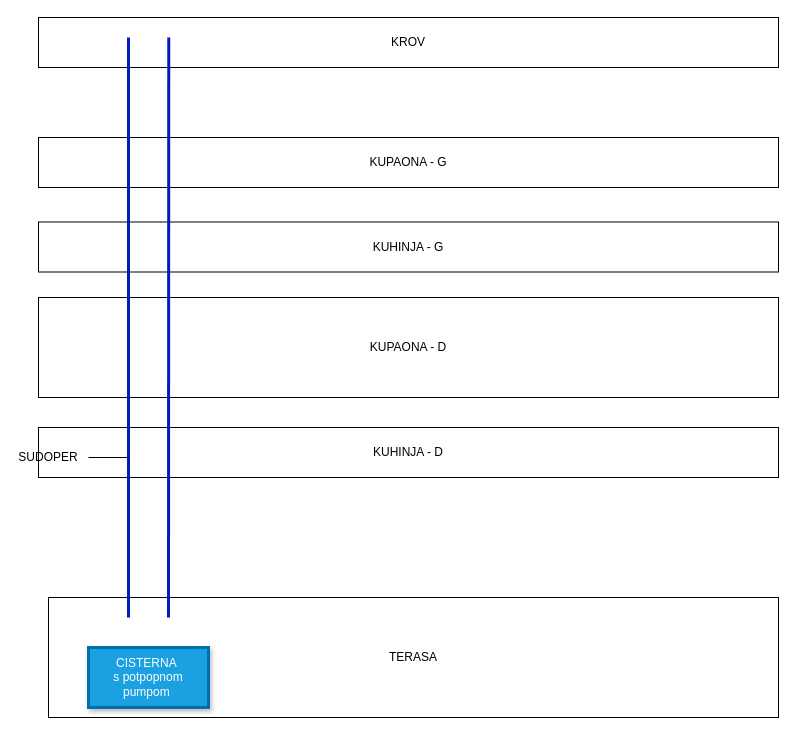
RankoSimic/mix keeps this draw.io diagram as Untitled Diagram.drawio. Above is the earlier version. Source tidied: cells renumbered, new cells numbered last; positions are measured from the earlier drawing's top-left corner, leaving out a move shared by most shapes. Both pictures are drawn from the tidied source at 100%, with x=0, y=0 at pixel (18, 17).
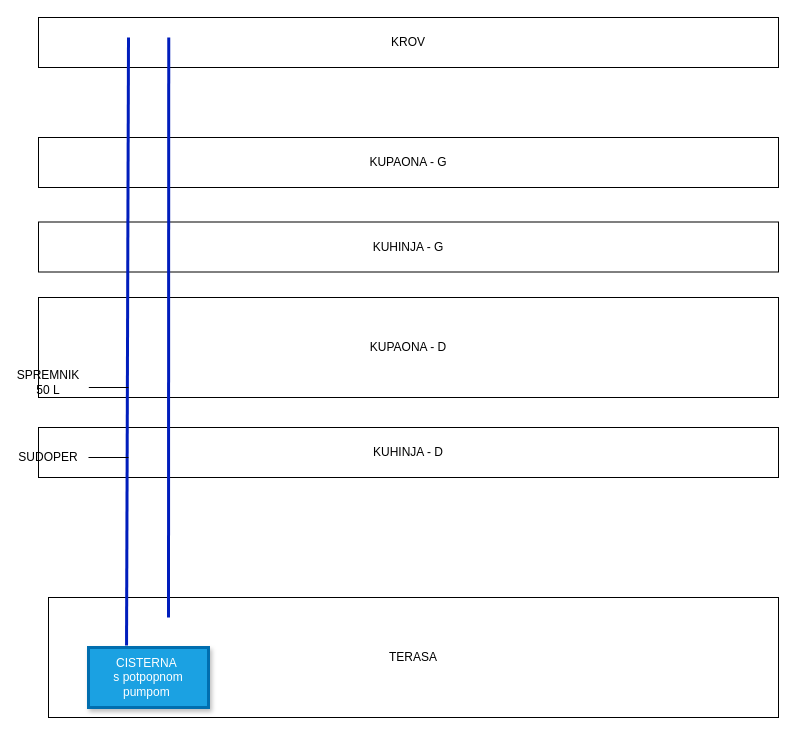
Above is the later version.

Diff of the diagram source:
```diff
@@
 <mxGraphModel>
   <root>
     <mxCell id="0" />
     <mxCell id="1" parent="0" />
     <mxCell id="2" value="KROV" style="rounded=0;whiteSpace=wrap;html=1;" parent="1" vertex="1">
       <mxGeometry x="20" width="740" height="50" as="geometry" />
     </mxCell>
     <mxCell id="3" value="KUPAONA - G" style="rounded=0;whiteSpace=wrap;html=1;" parent="1" vertex="1">
       <mxGeometry x="20" y="120" width="740" height="50" as="geometry" />
     </mxCell>
     <mxCell id="4" value="KUHINJA - G" style="rounded=0;whiteSpace=wrap;html=1;" parent="1" vertex="1">
       <mxGeometry x="20" y="204.5" width="740" height="50" as="geometry" />
     </mxCell>
     <mxCell id="5" value="KUPAONA - D" style="rounded=0;whiteSpace=wrap;html=1;" parent="1" vertex="1">
       <mxGeometry x="20" y="280" width="740" height="100" as="geometry" />
     </mxCell>
     <mxCell id="6" value="KUHINJA - D" style="rounded=0;whiteSpace=wrap;html=1;" parent="1" vertex="1">
       <mxGeometry x="20" y="410" width="740" height="50" as="geometry" />
     </mxCell>
     <mxCell id="7" value="TERASA" style="rounded=0;whiteSpace=wrap;html=1;" parent="1" vertex="1">
       <mxGeometry x="30" y="580" width="730" height="120" as="geometry" />
     </mxCell>
-    <mxCell id="8" style="endArrow=none;html=1;rounded=0;strokeWidth=3;fillColor=#0050ef;strokeColor=#001DBC;" parent="1" edge="1">
+    <mxCell id="8" style="endArrow=none;html=1;rounded=0;strokeWidth=3;fillColor=#0050ef;strokeColor=#001DBC;exitX=0.317;exitY=-0.033;exitDx=0;exitDy=0;exitPerimeter=0;" parent="1" edge="1" source="9">
       <mxGeometry relative="1" as="geometry">
-        <mxPoint x="110" y="600" as="sourcePoint" />
         <mxPoint x="110" y="20" as="targetPoint" />
       </mxGeometry>
     </mxCell>
     <mxCell id="9" value="CISTERNA&amp;nbsp;&lt;div&gt;s potpopnom pumpom&amp;nbsp;&lt;/div&gt;" style="rounded=0;whiteSpace=wrap;html=1;fontSize=12;strokeWidth=3;shadow=1;fillColor=#1ba1e2;fontColor=#ffffff;strokeColor=#006EAF;" parent="1" vertex="1">
       <mxGeometry x="70" y="630" width="120" height="60" as="geometry" />
     </mxCell>
     <mxCell id="10" style="endArrow=none;html=1;rounded=0;strokeWidth=3;fillColor=#0050ef;strokeColor=#001DBC;entryX=0.176;entryY=0.4;entryDx=0;entryDy=0;entryPerimeter=0;" parent="1" edge="1" target="2">
       <mxGeometry relative="1" as="geometry">
         <mxPoint x="150" y="600" as="sourcePoint" />
       </mxGeometry>
     </mxCell>
     <mxCell id="11" style="endArrow=none;html=1;rounded=0;" parent="1" edge="1">
       <mxGeometry relative="1" as="geometry">
         <mxPoint x="70" y="440" as="sourcePoint" />
         <mxPoint x="110" y="440" as="targetPoint" />
       </mxGeometry>
     </mxCell>
     <mxCell id="12" value="SUDOPER" style="text;html=1;align=center;verticalAlign=middle;whiteSpace=wrap;rounded=0;" parent="1" vertex="1">
       <mxGeometry y="425" width="60" height="30" as="geometry" />
     </mxCell>
+    <mxCell id="13" value="SPREMNIK&lt;div&gt;50 L&lt;/div&gt;" style="text;html=1;align=center;verticalAlign=middle;whiteSpace=wrap;rounded=0;" parent="1" vertex="1">
+      <mxGeometry y="350" width="60" height="30" as="geometry" />
+    </mxCell>
+    <mxCell id="14" style="endArrow=none;html=1;rounded=0;exitX=0.068;exitY=0.9;exitDx=0;exitDy=0;exitPerimeter=0;" parent="1" edge="1" source="5">
+      <mxGeometry relative="1" as="geometry">
+        <mxPoint x="110" y="370" as="targetPoint" />
+      </mxGeometry>
+    </mxCell>
   </root>
 </mxGraphModel>
```
